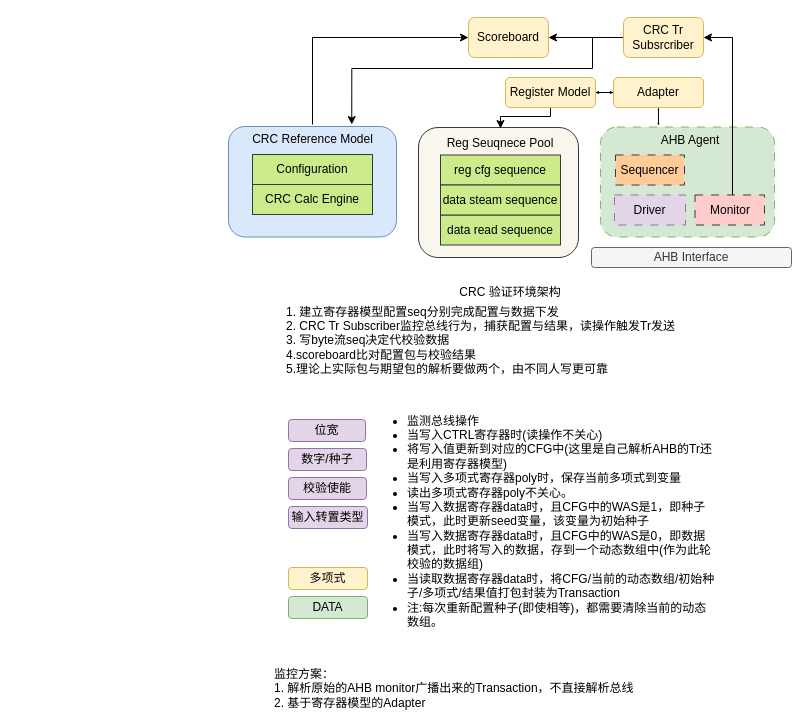
Above: page "CRC标准环境" (3 of 3) of drawio/crc.drawio in iceyxy/flow-chart-drawio (draw.io), before the change. Source tidied: cells renumbered, new cells numbered last; positions are measured from the earlier drawing's top-left corner, leaving out a move shared by most shapes. Both pictures are drawn from the tidied source at 100%, with x=0, y=0 at pixel (228, 17).
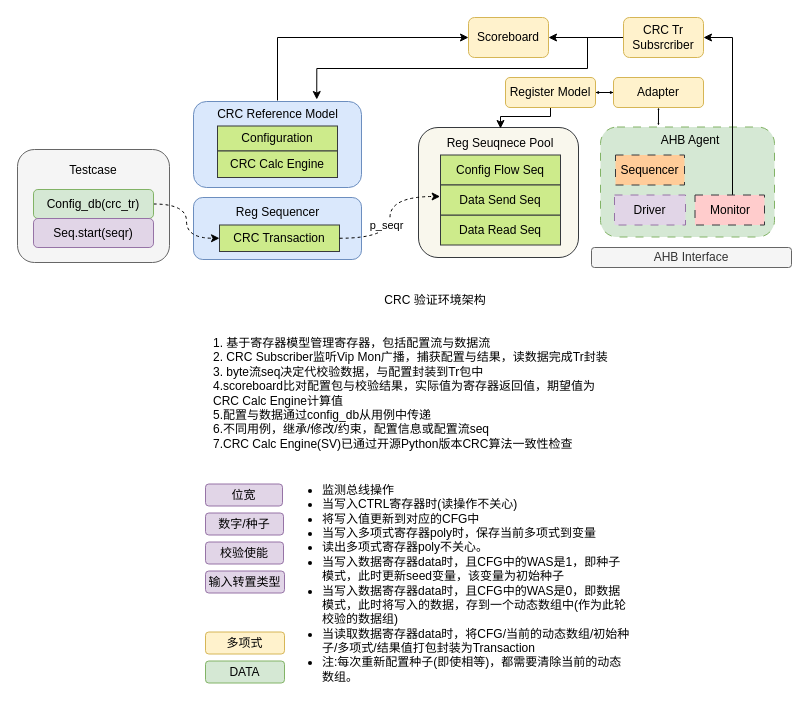
Above is the later version.

Unchanged cells that the change refers to:
```xml
<mxCell id="6" value="Scoreboard" style="rounded=1;whiteSpace=wrap;html=1;fillColor=#fff2cc;strokeColor=#d6b656;" parent="1" vertex="1">
  <mxGeometry x="240" width="80" height="40" as="geometry" />
</mxCell>
<mxCell id="26" value="CRC Tr&lt;div&gt;Subsrcriber&lt;/div&gt;" style="rounded=1;whiteSpace=wrap;html=1;fillColor=#fff2cc;strokeColor=#d6b656;" parent="1" vertex="1">
  <mxGeometry x="395" width="80" height="40" as="geometry" />
</mxCell>
```

What changed in the source:
```diff
@@
+    <mxCell id="38" style="rounded=1;whiteSpace=wrap;html=1;fillColor=#f5f5f5;strokeColor=#666666;fontColor=#333333;" parent="1" vertex="1">
+      <mxGeometry x="-211" y="132" width="152" height="113" as="geometry" />
+    </mxCell>
@@
     <mxCell id="4" style="rounded=1;whiteSpace=wrap;html=1;fillColor=#dae8fc;strokeColor=#6c8ebf;" parent="1" vertex="1">
-      <mxGeometry y="109" width="168" height="110.5" as="geometry" />
+      <mxGeometry x="-35" y="84" width="168" height="86" as="geometry" />
     </mxCell>
-    <mxCell id="5" style="edgeStyle=orthogonalEdgeStyle;rounded=0;jettySize=auto;html=1;entryX=0;entryY=0.5;entryDx=0;entryDy=0;exitX=0.5;exitY=0;exitDx=0;exitDy=0;" parent="1" edge="1" source="7" target="6">
+    <mxCell id="5" style="edgeStyle=orthogonalEdgeStyle;rounded=0;jettySize=auto;html=1;entryX=0;entryY=0.5;entryDx=0;entryDy=0;exitX=0.5;exitY=0.033;exitDx=0;exitDy=0;exitPerimeter=0;" parent="1" edge="1" source="7" target="6">
       <mxGeometry relative="1" as="geometry" />
     </mxCell>
@@
     <mxCell id="7" value="CRC Reference Model" style="text;strokeColor=none;align=center;fillColor=none;html=1;verticalAlign=middle;whiteSpace=wrap;rounded=0;" parent="1" vertex="1">
-      <mxGeometry x="5.5" y="107" width="157" height="30" as="geometry" />
+      <mxGeometry x="-29.5" y="82" width="157" height="30" as="geometry" />
     </mxCell>
@@
-    <mxCell id="12" value="reg cfg sequence" style="rounded=0;whiteSpace=wrap;html=1;fillColor=#cdeb8b;strokeColor=#36393d;" parent="1" vertex="1">
+    <mxCell id="12" value="Config Flow Seq" style="rounded=0;whiteSpace=wrap;html=1;fillColor=#cdeb8b;strokeColor=#36393d;" parent="1" vertex="1">
       <mxGeometry x="212" y="137.5" width="120" height="30" as="geometry" />
     </mxCell>
-    <mxCell id="13" value="data read sequence" style="rounded=0;whiteSpace=wrap;html=1;fillColor=#cdeb8b;strokeColor=#36393d;" parent="1" vertex="1">
+    <mxCell id="13" value="Data Read Seq" style="rounded=0;whiteSpace=wrap;html=1;fillColor=#cdeb8b;strokeColor=#36393d;" parent="1" vertex="1">
       <mxGeometry x="212" y="197.5" width="120" height="30" as="geometry" />
     </mxCell>
@@
     <mxCell id="22" value="Configuration" style="rounded=0;whiteSpace=wrap;html=1;fillColor=#cdeb8b;strokeColor=#36393d;" parent="1" vertex="1">
-      <mxGeometry x="24" y="137" width="120" height="30" as="geometry" />
+      <mxGeometry x="-11" y="108.5" width="120" height="25" as="geometry" />
     </mxCell>
     <mxCell id="23" value="CRC Calc Engine" style="rounded=0;whiteSpace=wrap;html=1;fillColor=#cdeb8b;strokeColor=#36393d;" parent="1" vertex="1">
-      <mxGeometry x="24" y="167" width="120" height="30" as="geometry" />
+      <mxGeometry x="-11" y="133.5" width="120" height="26.5" as="geometry" />
     </mxCell>
@@
     <mxCell id="25" style="edgeStyle=orthogonalEdgeStyle;rounded=0;jettySize=auto;html=1;entryX=0.75;entryY=0;entryDx=0;entryDy=0;" parent="1" edge="1" source="26" target="7">
       <mxGeometry relative="1" as="geometry">
         <Array as="points">
-          <mxPoint x="364" y="20" />
-          <mxPoint x="364" y="51" />
-          <mxPoint x="123" y="51" />
+          <mxPoint x="359" y="20" />
+          <mxPoint x="359" y="51" />
+          <mxPoint x="88" y="51" />
         </Array>
       </mxGeometry>
     </mxCell>
@@
-    <mxCell id="27" value="data steam sequence" style="rounded=0;whiteSpace=wrap;html=1;fillColor=#cdeb8b;strokeColor=#36393d;" parent="1" vertex="1">
+    <mxCell id="27" value="Data Send Seq" style="rounded=0;whiteSpace=wrap;html=1;fillColor=#cdeb8b;strokeColor=#36393d;" parent="1" vertex="1">
       <mxGeometry x="212" y="167.5" width="120" height="30" as="geometry" />
     </mxCell>
-    <mxCell id="28" value="&lt;span style=&quot;background-color: transparent; color: light-dark(rgb(0, 0, 0), rgb(255, 255, 255));&quot;&gt;1. 建立寄存器模型配置seq分别完成配置与数据下发&lt;/span&gt;&lt;div&gt;2. CRC Tr Subscriber监控总线行为，捕获配置与结果，读操作触发Tr发送&lt;/div&gt;&lt;div&gt;&lt;span style=&quot;background-color: transparent; color: light-dark(rgb(0, 0, 0), rgb(255, 255, 255));&quot;&gt;3. 写byte流seq决定代校验数据&lt;br&gt;&lt;/span&gt;&lt;/div&gt;&lt;div&gt;&lt;span style=&quot;background-color: transparent; color: light-dark(rgb(0, 0, 0), rgb(255, 255, 255));&quot;&gt;4.scoreboard比对配置包与校验结果&lt;/span&gt;&lt;/div&gt;&lt;div&gt;&lt;span style=&quot;background-color: transparent; color: light-dark(rgb(0, 0, 0), rgb(255, 255, 255));&quot;&gt;5.理论上实际包与期望包的解析要做两个，由不同人写更可靠&lt;/span&gt;&lt;/div&gt;" style="text;html=1;whiteSpace=wrap;strokeColor=none;fillColor=none;align=left;verticalAlign=middle;rounded=0;" parent="1" vertex="1">
-      <mxGeometry x="56" y="308" width="400" height="30" as="geometry" />
+    <mxCell id="28" value="&lt;span style=&quot;background-color: transparent; color: light-dark(rgb(0, 0, 0), rgb(255, 255, 255));&quot;&gt;1. 基于寄存器模型管理寄存器，包括配置流与数据流&lt;/span&gt;&lt;div&gt;2. CRC Subscriber监听Vip Mon广播，捕获配置与结果，读数据完成Tr封装&lt;/div&gt;&lt;div&gt;&lt;span style=&quot;background-color: transparent; color: light-dark(rgb(0, 0, 0), rgb(255, 255, 255));&quot;&gt;3. byte流seq决定代校验数据，与配置封装到Tr包中&lt;br&gt;&lt;/span&gt;&lt;/div&gt;&lt;div&gt;&lt;span style=&quot;background-color: transparent; color: light-dark(rgb(0, 0, 0), rgb(255, 255, 255));&quot;&gt;4.scoreboard比对配置包与校验结果，实际值为寄存器返回值，期望值为CRC Calc Engine计算值&lt;/span&gt;&lt;/div&gt;&lt;div&gt;&lt;span style=&quot;background-color: transparent; color: light-dark(rgb(0, 0, 0), rgb(255, 255, 255));&quot;&gt;5.配置与数据通过config_db从用例中传递&lt;/span&gt;&lt;/div&gt;&lt;div&gt;6.不同用例，继承/修改/约束，配置信息或配置流seq&lt;/div&gt;&lt;div&gt;7.CRC&amp;nbsp;&lt;span style=&quot;background-color: transparent; color: light-dark(rgb(0, 0, 0), rgb(255, 255, 255));&quot;&gt;Calc Engine(SV)已通过开源Python版本CRC算法一致性检查&lt;/span&gt;&lt;/div&gt;" style="text;html=1;whiteSpace=wrap;strokeColor=none;fillColor=none;align=left;verticalAlign=middle;rounded=0;" parent="1" vertex="1">
+      <mxGeometry x="-17" y="361" width="400" height="30" as="geometry" />
     </mxCell>
     <mxCell id="29" value="CRC 验证环境架构" style="text;html=1;whiteSpace=wrap;strokeColor=none;fillColor=none;align=center;verticalAlign=middle;rounded=0;" parent="1" vertex="1">
-      <mxGeometry x="212" y="260" width="140" height="30" as="geometry" />
+      <mxGeometry x="137" y="268" width="140" height="30" as="geometry" />
     </mxCell>
     <mxCell id="30" value="位宽" style="rounded=1;whiteSpace=wrap;html=1;fillColor=#e1d5e7;strokeColor=#9673a6;" parent="1" vertex="1">
-      <mxGeometry x="60" y="402" width="77" height="22" as="geometry" />
+      <mxGeometry x="-23" y="466.5" width="77" height="22" as="geometry" />
     </mxCell>
     <mxCell id="31" value="数字/种子" style="rounded=1;whiteSpace=wrap;html=1;fillColor=#e1d5e7;strokeColor=#9673a6;" parent="1" vertex="1">
-      <mxGeometry x="60" y="431" width="78" height="22" as="geometry" />
+      <mxGeometry x="-23" y="495.5" width="78" height="22" as="geometry" />
     </mxCell>
     <mxCell id="32" value="校验使能" style="rounded=1;whiteSpace=wrap;html=1;fillColor=#e1d5e7;strokeColor=#9673a6;" parent="1" vertex="1">
-      <mxGeometry x="60" y="460" width="78" height="22" as="geometry" />
+      <mxGeometry x="-23" y="524.5" width="78" height="22" as="geometry" />
     </mxCell>
     <mxCell id="33" value="输入转置类型" style="rounded=1;whiteSpace=wrap;html=1;fillColor=#e1d5e7;strokeColor=#9673a6;" parent="1" vertex="1">
-      <mxGeometry x="60" y="489" width="79" height="22" as="geometry" />
+      <mxGeometry x="-23" y="553.5" width="79" height="22" as="geometry" />
     </mxCell>
     <mxCell id="34" value="多项式" style="rounded=1;whiteSpace=wrap;html=1;fillColor=#fff2cc;strokeColor=#d6b656;" parent="1" vertex="1">
-      <mxGeometry x="60" y="550" width="79" height="22" as="geometry" />
+      <mxGeometry x="-23" y="614.5" width="79" height="22" as="geometry" />
     </mxCell>
     <mxCell id="35" value="DATA" style="rounded=1;whiteSpace=wrap;html=1;fillColor=#d5e8d4;strokeColor=#82b366;" parent="1" vertex="1">
-      <mxGeometry x="60" y="579" width="79" height="22" as="geometry" />
+      <mxGeometry x="-23" y="643.5" width="79" height="22" as="geometry" />
     </mxCell>
-    <mxCell id="36" value="&lt;ul&gt;&lt;li&gt;监测总线操作&lt;/li&gt;&lt;li&gt;当写入CTRL寄存器时(读操作不关心)&lt;/li&gt;&lt;li&gt;将写入值更新到对应的CFG中(这里是自己解析AHB的Tr还是利用寄存器模型)&lt;/li&gt;&lt;li&gt;当写入多项式寄存器poly时，保存当前多项式到变量&lt;/li&gt;&lt;li&gt;读出多项式寄存器poly不关心。&lt;/li&gt;&lt;li&gt;当写入数据寄存器data时，且CFG中的WAS是1，即种子模式，此时更新seed变量，该变量为初始种子&lt;/li&gt;&lt;li&gt;当写入数据寄存器data时，且CFG中的WAS是0，即数据模式，此时将写入的数据，存到一个动态数组中(作为此轮校验的数据组)&lt;/li&gt;&lt;li&gt;当读取数据寄存器data时，将CFG/当前的动态数组/初始种子/多项式/结果值打包封装为Transaction&lt;/li&gt;&lt;li&gt;注:每次重新配置种子(即使相等)，都需要清除当前的动态数组。&lt;/li&gt;&lt;/ul&gt;" style="text;html=1;whiteSpace=wrap;strokeColor=none;fillColor=none;align=left;verticalAlign=middle;rounded=0;" parent="1" vertex="1">
-      <mxGeometry x="137" y="489" width="352" height="30" as="geometry" />
+    <mxCell id="36" value="&lt;ul&gt;&lt;li&gt;监测总线操作&lt;/li&gt;&lt;li&gt;当写入CTRL寄存器时(读操作不关心)&lt;/li&gt;&lt;li&gt;将写入值更新到对应的CFG中&lt;/li&gt;&lt;li&gt;当写入多项式寄存器poly时，保存当前多项式到变量&lt;/li&gt;&lt;li&gt;读出多项式寄存器poly不关心。&lt;/li&gt;&lt;li&gt;当写入数据寄存器data时，且CFG中的WAS是1，即种子模式，此时更新seed变量，该变量为初始种子&lt;/li&gt;&lt;li&gt;当写入数据寄存器data时，且CFG中的WAS是0，即数据模式，此时将写入的数据，存到一个动态数组中(作为此轮校验的数据组)&lt;/li&gt;&lt;li&gt;当读取数据寄存器data时，将CFG/当前的动态数组/初始种子/多项式/结果值打包封装为Transaction&lt;/li&gt;&lt;li&gt;注:每次重新配置种子(即使相等)，都需要清除当前的动态数组。&lt;/li&gt;&lt;/ul&gt;" style="text;html=1;whiteSpace=wrap;strokeColor=none;fillColor=none;align=left;verticalAlign=middle;rounded=0;" parent="1" vertex="1">
+      <mxGeometry x="52" y="551" width="352" height="30" as="geometry" />
     </mxCell>
-    <mxCell id="37" value="监控方案：&lt;div&gt;1. 解析原始的AHB monitor广播出来的Transaction，不直接解析总线&lt;/div&gt;&lt;div&gt;2. 基于寄存器模型的Adapter&lt;/div&gt;" style="text;html=1;whiteSpace=wrap;strokeColor=none;fillColor=none;align=left;verticalAlign=middle;rounded=0;" parent="1" vertex="1">
-      <mxGeometry x="44" y="656" width="411" height="30" as="geometry" />
-    </mxCell>
+    <mxCell id="39" style="rounded=1;whiteSpace=wrap;html=1;fillColor=#dae8fc;strokeColor=#6c8ebf;" parent="1" vertex="1">
+      <mxGeometry x="-35" y="180" width="168" height="62" as="geometry" />
+    </mxCell>
+    <mxCell id="40" value="CRC Transaction" style="rounded=0;whiteSpace=wrap;html=1;fillColor=#cdeb8b;strokeColor=#36393d;" parent="1" vertex="1">
+      <mxGeometry x="-9" y="207.5" width="120" height="26.5" as="geometry" />
+    </mxCell>
+    <mxCell id="41" value="Reg Sequencer" style="text;html=1;whiteSpace=wrap;strokeColor=none;fillColor=none;align=center;verticalAlign=middle;rounded=0;" parent="1" vertex="1">
+      <mxGeometry x="-1.5" y="180" width="101" height="30" as="geometry" />
+    </mxCell>
+    <mxCell id="42" style="edgeStyle=orthogonalEdgeStyle;rounded=0;jettySize=auto;html=1;entryX=-0.003;entryY=0.383;entryDx=0;entryDy=0;entryPerimeter=0;curved=1;dashed=1;exitX=1;exitY=0.5;exitDx=0;exitDy=0;" parent="1" edge="1" source="40" target="27">
+      <mxGeometry relative="1" as="geometry" />
+    </mxCell>
+    <mxCell id="43" value="p_seqr" style="edgeLabel;html=1;align=center;verticalAlign=middle;" parent="42" vertex="1">
+      <mxGeometry x="-0.43" y="4" relative="1" as="geometry">
+        <mxPoint x="5" y="-9" as="offset" />
+      </mxGeometry>
+    </mxCell>
+    <mxCell id="44" style="edgeStyle=orthogonalEdgeStyle;rounded=0;jettySize=auto;html=1;curved=1;entryX=0;entryY=0.5;entryDx=0;entryDy=0;dashed=1;" parent="1" edge="1" source="45" target="40">
+      <mxGeometry relative="1" as="geometry" />
+    </mxCell>
+    <mxCell id="45" value="Config_db(crc_tr)" style="rounded=1;whiteSpace=wrap;html=1;fillColor=#d5e8d4;strokeColor=#82b366;" parent="1" vertex="1">
+      <mxGeometry x="-195" y="172" width="120" height="29" as="geometry" />
+    </mxCell>
+    <mxCell id="46" value="Seq.start(seqr)" style="rounded=1;whiteSpace=wrap;html=1;fillColor=#e1d5e7;strokeColor=#9673a6;" parent="1" vertex="1">
+      <mxGeometry x="-195" y="201" width="120" height="29" as="geometry" />
+    </mxCell>
+    <mxCell id="47" value="Testcase" style="text;html=1;whiteSpace=wrap;strokeColor=none;fillColor=none;align=center;verticalAlign=middle;rounded=0;" parent="1" vertex="1">
+      <mxGeometry x="-165" y="137.5" width="60" height="30" as="geometry" />
+    </mxCell>
```
